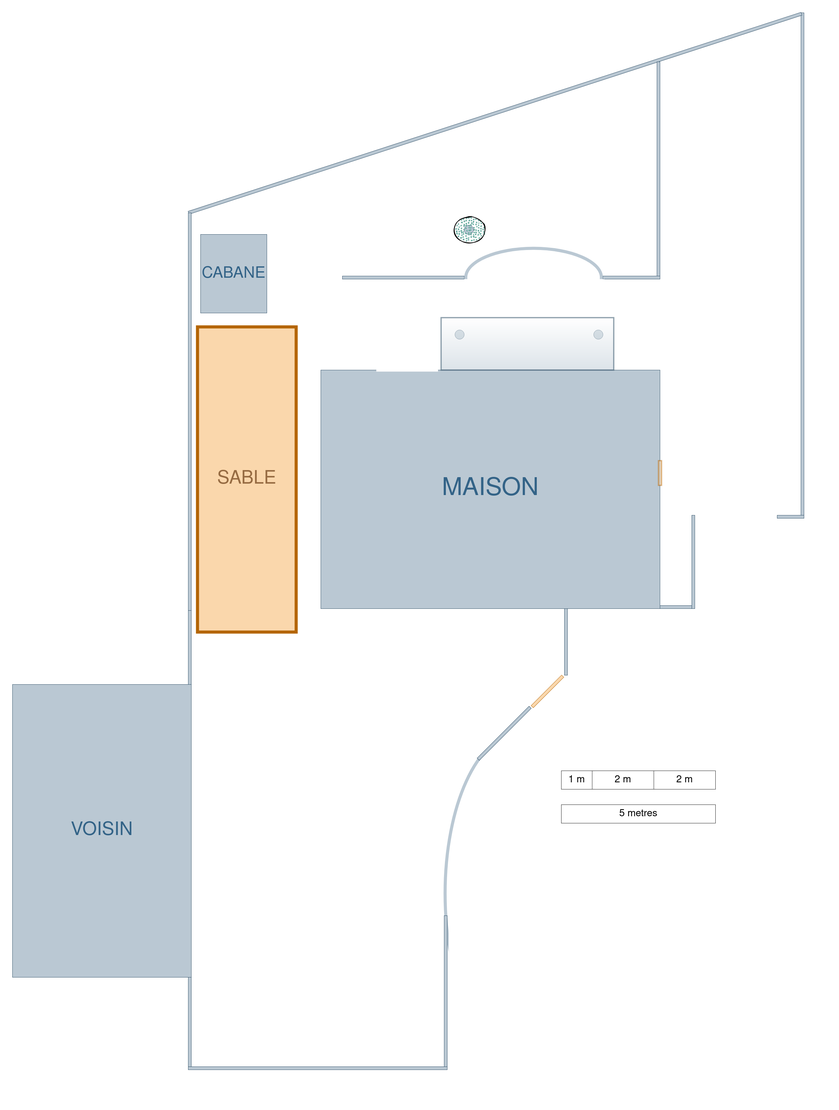
The draw.io diagram Quirole_Exterieurs_Existant.png in GeReinhart/DrawIO, before a commit. Source tidied: cells renumbered, new cells last; positions are measured from the earlier drawing's top-left corner, leaving out a move shared by most shapes.
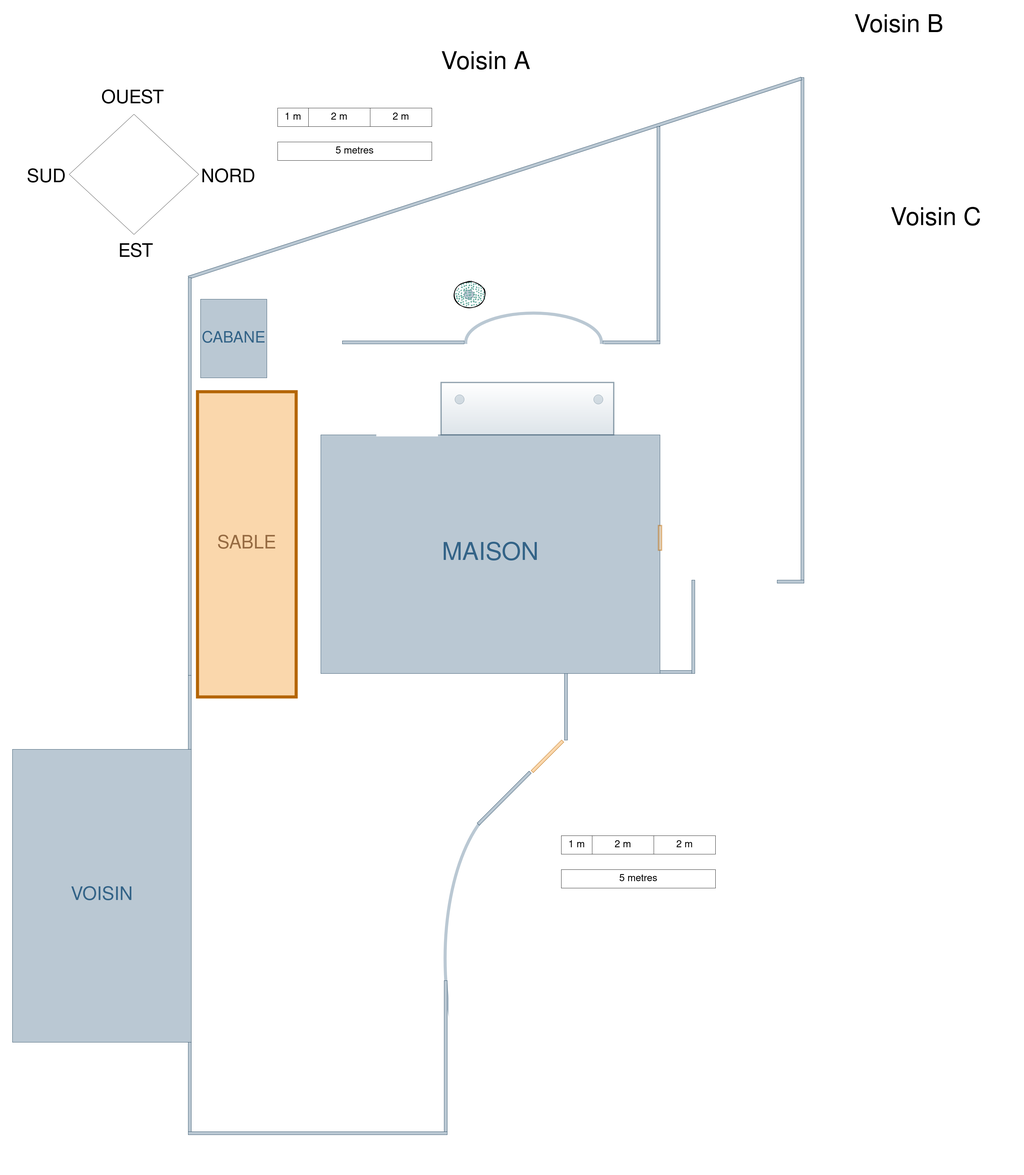
After the commit.

What changed in the source:
```diff
@@ -33,7 +33,7 @@
       <mxGeometry x="960" y="1170" width="80" height="30" as="geometry" />
     </mxCell>
     <mxCell id="12" style="rounded=0;whiteSpace=wrap;html=1;strokeColor=none;" parent="1" vertex="1">
-      <mxGeometry width="2720" height="3600" as="geometry" />
+      <mxGeometry y="-200" width="3230" height="3800" as="geometry" />
     </mxCell>
     <mxCell id="13" style="ellipse;whiteSpace=wrap;html=1;sketch=0;strokeWidth=10;strokeColor=#BAC8D3;fillColor=none;" parent="1" vertex="1">
       <mxGeometry x="1443" y="2383" width="470" height="1030" as="geometry" />
@@ -143,5 +143,41 @@
     <mxCell id="48" value="&lt;font style=&quot;font-size: 32px&quot;&gt;2 m&lt;/font&gt;" style="rounded=0;whiteSpace=wrap;html=1;" parent="1" vertex="1">
       <mxGeometry x="2120" y="2500" width="200" height="60" as="geometry" />
     </mxCell>
+    <mxCell id="49" value="&lt;font style=&quot;font-size: 32px&quot;&gt;5 metres&lt;/font&gt;" style="rounded=0;whiteSpace=wrap;html=1;" parent="1" vertex="1">
+      <mxGeometry x="900" y="250" width="500" height="60" as="geometry" />
+    </mxCell>
+    <mxCell id="50" value="&lt;font style=&quot;font-size: 32px&quot;&gt;1 m&lt;/font&gt;" style="rounded=0;whiteSpace=wrap;html=1;" parent="1" vertex="1">
+      <mxGeometry x="900" y="140" width="100" height="60" as="geometry" />
+    </mxCell>
+    <mxCell id="51" value="&lt;font style=&quot;font-size: 32px&quot;&gt;2 m&lt;/font&gt;" style="rounded=0;whiteSpace=wrap;html=1;" parent="1" vertex="1">
+      <mxGeometry x="1000" y="140" width="200" height="60" as="geometry" />
+    </mxCell>
+    <mxCell id="52" value="&lt;font style=&quot;font-size: 32px&quot;&gt;2 m&lt;/font&gt;" style="rounded=0;whiteSpace=wrap;html=1;" parent="1" vertex="1">
+      <mxGeometry x="1200" y="140" width="200" height="60" as="geometry" />
+    </mxCell>
+    <mxCell id="53" style="rhombus;whiteSpace=wrap;html=1;" parent="1" vertex="1">
+      <mxGeometry x="224" y="160" width="420" height="390" as="geometry" />
+    </mxCell>
+    <mxCell id="54" value="&lt;font style=&quot;font-size: 60px&quot;&gt;SUD&lt;/font&gt;" style="text;html=1;strokeColor=none;fillColor=none;align=center;verticalAlign=middle;whiteSpace=wrap;rounded=0;" parent="1" vertex="1">
+      <mxGeometry x="30" y="318" width="240" height="98" as="geometry" />
+    </mxCell>
+    <mxCell id="55" value="&lt;font style=&quot;font-size: 60px&quot;&gt;EST&lt;/font&gt;" style="text;html=1;strokeColor=none;fillColor=none;align=center;verticalAlign=middle;whiteSpace=wrap;rounded=0;" parent="1" vertex="1">
+      <mxGeometry x="320" y="560" width="240" height="98" as="geometry" />
+    </mxCell>
+    <mxCell id="56" value="&lt;font style=&quot;font-size: 60px&quot;&gt;OUEST&lt;/font&gt;" style="text;html=1;strokeColor=none;fillColor=none;align=center;verticalAlign=middle;whiteSpace=wrap;rounded=0;" parent="1" vertex="1">
+      <mxGeometry x="310" y="62" width="240" height="98" as="geometry" />
+    </mxCell>
+    <mxCell id="57" value="&lt;font style=&quot;font-size: 60px&quot;&gt;NORD&lt;/font&gt;" style="text;html=1;strokeColor=none;fillColor=none;align=center;verticalAlign=middle;whiteSpace=wrap;rounded=0;" parent="1" vertex="1">
+      <mxGeometry x="620" y="318" width="240" height="98" as="geometry" />
+    </mxCell>
+    <mxCell id="58" value="&lt;font style=&quot;font-size: 80px&quot;&gt;Voisin A&lt;/font&gt;" style="text;html=1;strokeColor=none;fillColor=none;align=center;verticalAlign=middle;whiteSpace=wrap;rounded=0;" parent="1" vertex="1">
+      <mxGeometry x="1290" y="-90" width="570" height="170" as="geometry" />
+    </mxCell>
+    <mxCell id="59" value="&lt;font style=&quot;font-size: 80px&quot;&gt;Voisin B&lt;/font&gt;" style="text;html=1;strokeColor=none;fillColor=none;align=center;verticalAlign=middle;whiteSpace=wrap;rounded=0;" parent="1" vertex="1">
+      <mxGeometry x="2630" y="-210" width="570" height="170" as="geometry" />
+    </mxCell>
+    <mxCell id="60" value="&lt;font style=&quot;font-size: 80px&quot;&gt;Voisin C&lt;/font&gt;" style="text;html=1;strokeColor=none;fillColor=none;align=center;verticalAlign=middle;whiteSpace=wrap;rounded=0;" parent="1" vertex="1">
+      <mxGeometry x="2750" y="416" width="570" height="170" as="geometry" />
+    </mxCell>
   </root>
 </mxGraphModel>
```
